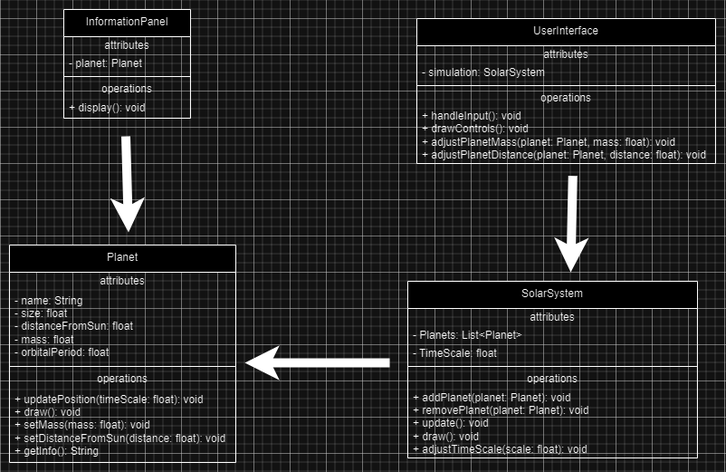
The draw.io diagram UML Diagram.png in Stanleyhoo1/APCSA-Final-Project, before a commit. Source tidied: cells renumbered, new cells last; positions are measured from the earlier drawing's top-left corner, leaving out a move shared by most shapes.
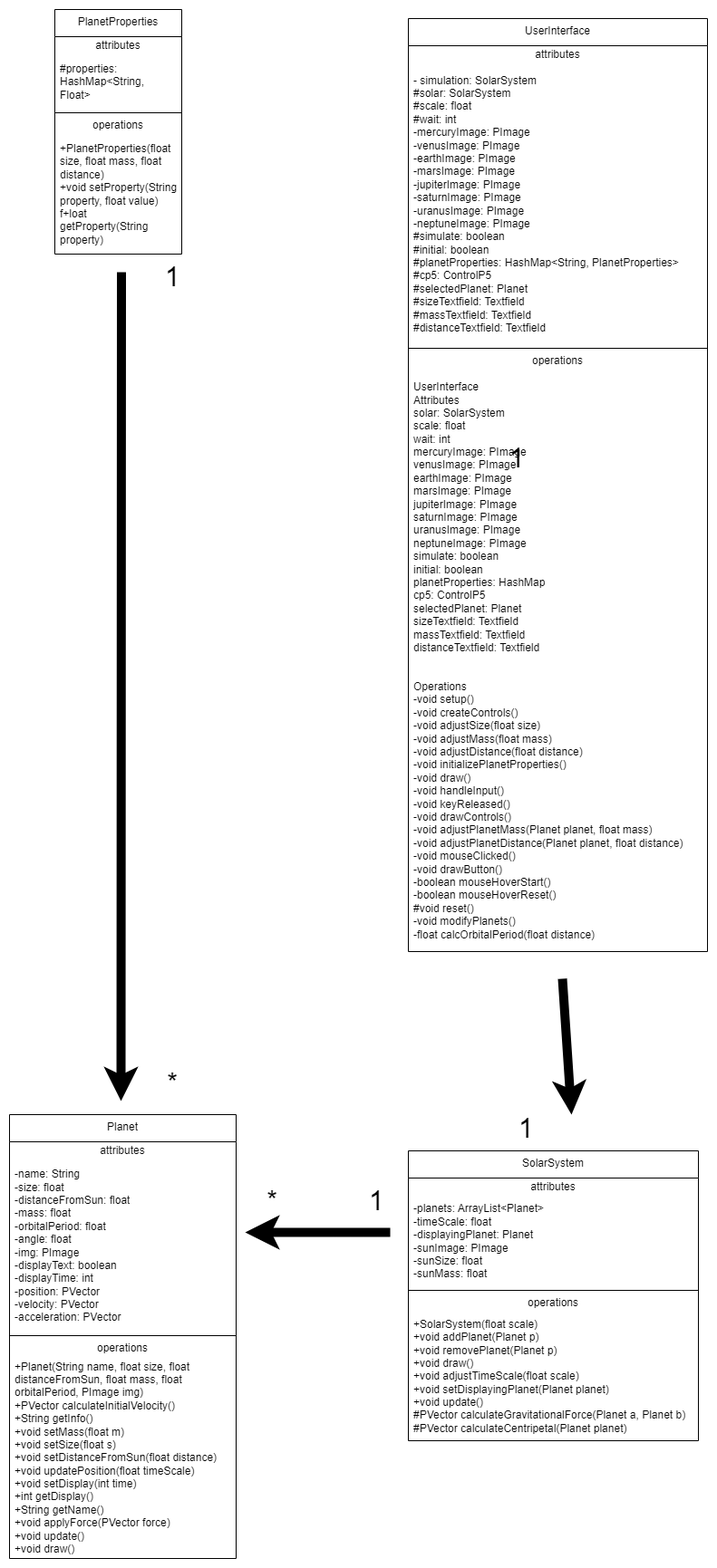
The same diagram one commit later.

The edit, as a diff of the source:
```diff
@@ -3,96 +3,112 @@
     <mxCell id="0" />
     <mxCell id="1" parent="0" />
     <mxCell id="2" value="Planet" style="swimlane;fontStyle=0;align=center;verticalAlign=top;horizontal=1;startSize=30;html=1;whiteSpace=wrap;" parent="1" vertex="1">
-      <mxGeometry y="260" width="250" height="240" as="geometry" />
+      <mxGeometry x="10" y="1220" width="250" height="490" as="geometry" />
     </mxCell>
     <mxCell id="3" value="attributes" style="text;html=1;strokeColor=none;fillColor=none;align=center;verticalAlign=middle;spacingLeft=4;spacingRight=4;overflow=hidden;whiteSpace=wrap;" parent="2" vertex="1">
       <mxGeometry y="30" width="250" height="20" as="geometry" />
     </mxCell>
-    <mxCell id="4" value="&lt;div&gt;- name: String&amp;nbsp; &amp;nbsp;&amp;nbsp;&lt;/div&gt;&lt;div&gt;&lt;span style=&quot;background-color: initial;&quot;&gt;- size: float&amp;nbsp; &amp;nbsp; &amp;nbsp; &amp;nbsp;&amp;nbsp;&lt;/span&gt;&lt;/div&gt;&lt;div&gt;&lt;span style=&quot;background-color: initial;&quot;&gt;- distanceFromSun: float&amp;nbsp; &amp;nbsp; &amp;nbsp;&lt;/span&gt;&lt;/div&gt;&lt;div&gt;&lt;span style=&quot;background-color: initial;&quot;&gt;- mass: float&amp;nbsp; &amp;nbsp; &amp;nbsp;&lt;/span&gt;&lt;/div&gt;&lt;div&gt;&lt;span style=&quot;background-color: initial;&quot;&gt;- orbitalPeriod: float&lt;/span&gt;&lt;/div&gt;" style="text;html=1;strokeColor=none;fillColor=none;align=left;verticalAlign=middle;spacingLeft=4;spacingRight=4;overflow=hidden;whiteSpace=wrap;" parent="2" vertex="1">
-      <mxGeometry y="50" width="250" height="80" as="geometry" />
+    <mxCell id="4" value="&lt;div&gt;-name: String&lt;/div&gt;&lt;div&gt;-size: float&lt;/div&gt;&lt;div&gt;-distanceFromSun: float&lt;/div&gt;&lt;div&gt;-mass: float&lt;/div&gt;&lt;div&gt;-orbitalPeriod: float&lt;/div&gt;&lt;div&gt;-angle: float&lt;/div&gt;&lt;div&gt;-img: PImage&lt;/div&gt;&lt;div&gt;-displayText: boolean&lt;/div&gt;&lt;div&gt;-displayTime: int&lt;/div&gt;&lt;div&gt;-position: PVector&lt;/div&gt;&lt;div&gt;-velocity: PVector&lt;/div&gt;&lt;div&gt;-acceleration: PVector&lt;/div&gt;" style="text;html=1;strokeColor=none;fillColor=none;align=left;verticalAlign=middle;spacingLeft=4;spacingRight=4;overflow=hidden;whiteSpace=wrap;" parent="2" vertex="1">
+      <mxGeometry y="50" width="250" height="190" as="geometry" />
     </mxCell>
     <mxCell id="5" style="line;strokeWidth=1;fillColor=none;align=left;verticalAlign=middle;spacingTop=-1;spacingLeft=3;spacingRight=3;labelPosition=right;" parent="2" vertex="1">
-      <mxGeometry y="130" width="250" height="8" as="geometry" />
+      <mxGeometry y="240" width="250" height="8" as="geometry" />
     </mxCell>
     <mxCell id="6" value="operations" style="text;html=1;strokeColor=none;fillColor=none;align=center;verticalAlign=middle;spacingLeft=4;spacingRight=4;overflow=hidden;whiteSpace=wrap;" parent="2" vertex="1">
-      <mxGeometry y="138" width="250" height="20" as="geometry" />
+      <mxGeometry y="248" width="250" height="20" as="geometry" />
     </mxCell>
-    <mxCell id="7" value="&lt;div&gt;+ updatePosition(timeScale: float): void&amp;nbsp;&lt;/div&gt;&lt;div&gt;&lt;span style=&quot;background-color: initial;&quot;&gt;+ draw(): void&amp;nbsp; &amp;nbsp; &amp;nbsp; &amp;nbsp; &amp;nbsp; &amp;nbsp;&amp;nbsp;&lt;/span&gt;&lt;/div&gt;&lt;div&gt;&lt;span style=&quot;background-color: initial;&quot;&gt;+ setMass(mass: float): void&lt;/span&gt;&lt;/div&gt;&lt;div&gt;&lt;span style=&quot;background-color: initial;&quot;&gt;+ setDistanceFromSun(distance: float): void&lt;/span&gt;&lt;/div&gt;&lt;div&gt;&lt;span style=&quot;background-color: initial;&quot;&gt;+ getInfo(): String&lt;/span&gt;&lt;/div&gt;" style="text;html=1;strokeColor=none;fillColor=none;align=left;verticalAlign=middle;spacingLeft=4;spacingRight=4;overflow=hidden;whiteSpace=wrap;" parent="2" vertex="1">
-      <mxGeometry y="158" width="250" height="82" as="geometry" />
+    <mxCell id="7" value="&lt;div&gt;+Planet(String name, float size, float distanceFromSun, float mass, float orbitalPeriod, PImage img)&lt;/div&gt;&lt;div&gt;+PVector calculateInitialVelocity()&lt;/div&gt;&lt;div&gt;+String getInfo()&lt;/div&gt;&lt;div&gt;+void setMass(float m)&lt;/div&gt;&lt;div&gt;+void setSize(float s)&lt;/div&gt;&lt;div&gt;+void setDistanceFromSun(float distance)&lt;/div&gt;&lt;div&gt;+void updatePosition(float timeScale)&lt;/div&gt;&lt;div&gt;+void setDisplay(int time)&lt;/div&gt;&lt;div&gt;+int getDisplay()&lt;/div&gt;&lt;div&gt;+String getName()&lt;/div&gt;&lt;div&gt;+void applyForce(PVector force)&lt;/div&gt;&lt;div&gt;+void update()&lt;/div&gt;&lt;div&gt;+void draw()&lt;/div&gt;" style="text;html=1;strokeColor=none;fillColor=none;align=left;verticalAlign=middle;spacingLeft=4;spacingRight=4;overflow=hidden;whiteSpace=wrap;" parent="2" vertex="1">
+      <mxGeometry y="268" width="250" height="222" as="geometry" />
     </mxCell>
     <mxCell id="8" value="UserInterface" style="swimlane;fontStyle=0;align=center;verticalAlign=top;horizontal=1;startSize=30;html=1;whiteSpace=wrap;" parent="1" vertex="1">
-      <mxGeometry x="450" y="10" width="330" height="160" as="geometry" />
+      <mxGeometry x="450" y="10" width="330" height="1030" as="geometry" />
     </mxCell>
     <mxCell id="9" value="attributes" style="text;html=1;strokeColor=none;fillColor=none;align=center;verticalAlign=middle;spacingLeft=4;spacingRight=4;overflow=hidden;whiteSpace=wrap;" parent="8" vertex="1">
       <mxGeometry y="30" width="330" height="20" as="geometry" />
     </mxCell>
-    <mxCell id="10" value="- simulation: SolarSystem" style="text;html=1;strokeColor=none;fillColor=none;align=left;verticalAlign=middle;spacingLeft=4;spacingRight=4;overflow=hidden;whiteSpace=wrap;" parent="8" vertex="1">
-      <mxGeometry y="50" width="330" height="20" as="geometry" />
+    <mxCell id="10" value="- simulation: SolarSystem&lt;div&gt;#solar: SolarSystem&lt;br&gt;#scale: float&lt;br&gt;#wait: int&lt;br&gt;-mercuryImage: PImage&lt;br&gt;-venusImage: PImage&lt;br&gt;-earthImage: PImage&lt;br&gt;-marsImage: PImage&lt;br&gt;-jupiterImage: PImage&lt;br&gt;-saturnImage: PImage&lt;br&gt;-uranusImage: PImage&lt;br&gt;-neptuneImage: PImage&lt;br&gt;#simulate: boolean&lt;br&gt;#initial: boolean&lt;br&gt;#planetProperties: HashMap&amp;lt;String, PlanetProperties&amp;gt;&lt;br&gt;#cp5: ControlP5&lt;br&gt;#selectedPlanet: Planet&lt;br&gt;#sizeTextfield: Textfield&lt;br&gt;#massTextfield: Textfield&lt;br&gt;#distanceTextfield: Textfield&lt;br&gt;&lt;/div&gt;" style="text;html=1;strokeColor=none;fillColor=none;align=left;verticalAlign=middle;spacingLeft=4;spacingRight=4;overflow=hidden;whiteSpace=wrap;" parent="8" vertex="1">
+      <mxGeometry y="50" width="330" height="310" as="geometry" />
     </mxCell>
     <mxCell id="11" style="line;strokeWidth=1;fillColor=none;align=left;verticalAlign=middle;spacingTop=-1;spacingLeft=3;spacingRight=3;labelPosition=right;" parent="8" vertex="1">
-      <mxGeometry y="70" width="330" height="8" as="geometry" />
+      <mxGeometry y="360" width="330" height="8" as="geometry" />
     </mxCell>
     <mxCell id="12" value="operations" style="text;html=1;strokeColor=none;fillColor=none;align=center;verticalAlign=middle;spacingLeft=4;spacingRight=4;overflow=hidden;whiteSpace=wrap;" parent="8" vertex="1">
-      <mxGeometry y="78" width="330" height="20" as="geometry" />
+      <mxGeometry y="368" width="330" height="20" as="geometry" />
     </mxCell>
-    <mxCell id="13" value="&lt;div&gt;+ handleInput(): void&amp;nbsp;&amp;nbsp;&lt;/div&gt;&lt;div&gt;&lt;span style=&quot;background-color: initial;&quot;&gt;+ drawControls(): void&amp;nbsp; &amp;nbsp; &amp;nbsp;&amp;nbsp;&lt;/span&gt;&lt;/div&gt;&lt;div&gt;&lt;span style=&quot;background-color: initial;&quot;&gt;+ adjustPlanetMass(planet: Planet, mass: float): void&amp;nbsp;&lt;/span&gt;&lt;/div&gt;&lt;div&gt;&lt;span style=&quot;background-color: initial;&quot;&gt;+ adjustPlanetDistance(planet: Planet, distance: float): void&lt;/span&gt;&lt;/div&gt;" style="text;html=1;strokeColor=none;fillColor=none;align=left;verticalAlign=middle;spacingLeft=4;spacingRight=4;overflow=hidden;points=[[0,0.5],[1,0.5]];portConstraint=eastwest;whiteSpace=wrap;" parent="8" vertex="1">
-      <mxGeometry y="98" width="330" height="62" as="geometry" />
+    <mxCell id="13" value="UserInterface&lt;br&gt;Attributes&lt;br&gt;solar: SolarSystem&lt;br&gt;scale: float&lt;br&gt;wait: int&lt;br&gt;mercuryImage: PImage&lt;br&gt;venusImage: PImage&lt;br&gt;earthImage: PImage&lt;br&gt;marsImage: PImage&lt;br&gt;jupiterImage: PImage&lt;br&gt;saturnImage: PImage&lt;br&gt;uranusImage: PImage&lt;br&gt;neptuneImage: PImage&lt;br&gt;simulate: boolean&lt;br&gt;initial: boolean&lt;br&gt;planetProperties: HashMap&lt;br&gt;cp5: ControlP5&lt;br&gt;selectedPlanet: Planet&lt;br&gt;sizeTextfield: Textfield&lt;br&gt;massTextfield: Textfield&lt;br&gt;distanceTextfield: Textfield&lt;br&gt;&lt;br&gt;&lt;br&gt;Operations&lt;br&gt;-void setup()&lt;br&gt;-void createControls()&lt;br&gt;-void adjustSize(float size)&lt;br&gt;-void adjustMass(float mass)&lt;br&gt;-void adjustDistance(float distance)&lt;br&gt;-void initializePlanetProperties()&lt;br&gt;-void draw()&lt;br&gt;-void handleInput()&lt;br&gt;-void keyReleased()&lt;br&gt;-void drawControls()&lt;br&gt;-void adjustPlanetMass(Planet planet, float mass)&lt;br&gt;-void adjustPlanetDistance(Planet planet, float distance)&lt;br&gt;-void mouseClicked()&lt;br&gt;-void drawButton()&lt;br&gt;-boolean mouseHoverStart()&lt;br&gt;-boolean mouseHoverReset()&lt;br&gt;#void reset()&lt;br&gt;-void modifyPlanets()&lt;br&gt;-float calcOrbitalPeriod(float distance)" style="text;html=1;strokeColor=none;fillColor=none;align=left;verticalAlign=middle;spacingLeft=4;spacingRight=4;overflow=hidden;points=[[0,0.5],[1,0.5]];portConstraint=eastwest;whiteSpace=wrap;" parent="8" vertex="1">
+      <mxGeometry y="388" width="330" height="642" as="geometry" />
     </mxCell>
-    <mxCell id="14" value="InformationPanel" style="swimlane;fontStyle=0;align=center;verticalAlign=top;horizontal=1;startSize=30;html=1;whiteSpace=wrap;" parent="1" vertex="1">
-      <mxGeometry x="60" width="140" height="120" as="geometry" />
+    <mxCell id="14" value="PlanetProperties" style="swimlane;fontStyle=0;align=center;verticalAlign=top;horizontal=1;startSize=30;html=1;whiteSpace=wrap;" parent="1" vertex="1">
+      <mxGeometry x="60" width="140" height="270" as="geometry" />
     </mxCell>
     <mxCell id="15" value="attributes" style="text;html=1;strokeColor=none;fillColor=none;align=center;verticalAlign=middle;spacingLeft=4;spacingRight=4;overflow=hidden;whiteSpace=wrap;" parent="14" vertex="1">
       <mxGeometry y="30" width="140" height="20" as="geometry" />
     </mxCell>
-    <mxCell id="16" value="- planet: Planet" style="text;html=1;strokeColor=none;fillColor=none;align=left;verticalAlign=middle;spacingLeft=4;spacingRight=4;overflow=hidden;whiteSpace=wrap;" parent="14" vertex="1">
-      <mxGeometry y="50" width="140" height="20" as="geometry" />
+    <mxCell id="16" value="#properties: HashMap&amp;lt;String, Float&amp;gt;" style="text;html=1;strokeColor=none;fillColor=none;align=left;verticalAlign=middle;spacingLeft=4;spacingRight=4;overflow=hidden;whiteSpace=wrap;" parent="14" vertex="1">
+      <mxGeometry y="50" width="140" height="60" as="geometry" />
     </mxCell>
     <mxCell id="17" style="line;strokeWidth=1;fillColor=none;align=left;verticalAlign=middle;spacingTop=-1;spacingLeft=3;spacingRight=3;labelPosition=right;" parent="14" vertex="1">
-      <mxGeometry y="70" width="140" height="8" as="geometry" />
+      <mxGeometry y="110" width="140" height="8" as="geometry" />
     </mxCell>
     <mxCell id="18" value="operations" style="text;html=1;strokeColor=none;fillColor=none;align=center;verticalAlign=middle;spacingLeft=4;spacingRight=4;overflow=hidden;whiteSpace=wrap;" parent="14" vertex="1">
-      <mxGeometry y="78" width="140" height="20" as="geometry" />
+      <mxGeometry y="118" width="140" height="20" as="geometry" />
     </mxCell>
-    <mxCell id="19" value="&lt;div&gt;+ display(): void&lt;/div&gt;" style="text;html=1;strokeColor=none;fillColor=none;align=left;verticalAlign=middle;spacingLeft=4;spacingRight=4;overflow=hidden;whiteSpace=wrap;" parent="14" vertex="1">
-      <mxGeometry y="98" width="140" height="22" as="geometry" />
+    <mxCell id="19" value="&lt;div&gt;+PlanetProperties(float size, float mass, float distance)&lt;/div&gt;&lt;div&gt;+void setProperty(String property, float value)&lt;/div&gt;&lt;div&gt;f+loat getProperty(String property)&lt;/div&gt;" style="text;html=1;strokeColor=none;fillColor=none;align=left;verticalAlign=middle;spacingLeft=4;spacingRight=4;overflow=hidden;whiteSpace=wrap;" parent="14" vertex="1">
+      <mxGeometry y="138" width="140" height="132" as="geometry" />
     </mxCell>
     <mxCell id="20" value="SolarSystem" style="swimlane;fontStyle=0;align=center;verticalAlign=top;horizontal=1;startSize=30;html=1;whiteSpace=wrap;" parent="1" vertex="1">
-      <mxGeometry x="440" y="300" width="320" height="195" as="geometry" />
+      <mxGeometry x="450" y="1260" width="320" height="320" as="geometry" />
     </mxCell>
     <mxCell id="21" value="attributes" style="text;html=1;strokeColor=none;fillColor=none;align=center;verticalAlign=middle;spacingLeft=4;spacingRight=4;overflow=hidden;whiteSpace=wrap;" parent="20" vertex="1">
       <mxGeometry y="30" width="320" height="20" as="geometry" />
     </mxCell>
-    <mxCell id="22" value="- Planets: List&amp;lt;Planet&amp;gt;" style="text;html=1;strokeColor=none;fillColor=none;align=left;verticalAlign=middle;spacingLeft=4;spacingRight=4;overflow=hidden;whiteSpace=wrap;" parent="20" vertex="1">
-      <mxGeometry y="50" width="320" height="20" as="geometry" />
+    <mxCell id="22" value="&lt;div&gt;-planets: ArrayList&amp;lt;Planet&amp;gt;&lt;/div&gt;&lt;div&gt;-timeScale: float&lt;/div&gt;&lt;div&gt;-displayingPlanet: Planet&lt;/div&gt;&lt;div&gt;-sunImage: PImage&lt;/div&gt;&lt;div&gt;-sunSize: float&lt;/div&gt;&lt;div&gt;-sunMass: float&lt;/div&gt;" style="text;html=1;strokeColor=none;fillColor=none;align=left;verticalAlign=middle;spacingLeft=4;spacingRight=4;overflow=hidden;whiteSpace=wrap;" parent="20" vertex="1">
+      <mxGeometry y="50" width="320" height="100" as="geometry" />
     </mxCell>
-    <mxCell id="23" value="- TimeScale: float" style="text;html=1;strokeColor=none;fillColor=none;align=left;verticalAlign=middle;spacingLeft=4;spacingRight=4;overflow=hidden;fontColor=#000000;whiteSpace=wrap;" parent="20" vertex="1">
-      <mxGeometry y="70" width="320" height="20" as="geometry" />
-    </mxCell>
     <mxCell id="24" style="line;strokeWidth=1;fillColor=none;align=left;verticalAlign=middle;spacingTop=-1;spacingLeft=3;spacingRight=3;labelPosition=right;" parent="20" vertex="1">
-      <mxGeometry y="90" width="320" height="8" as="geometry" />
+      <mxGeometry y="150" width="320" height="8" as="geometry" />
     </mxCell>
     <mxCell id="25" value="operations" style="text;html=1;strokeColor=none;fillColor=none;align=center;verticalAlign=middle;spacingLeft=4;spacingRight=4;overflow=hidden;whiteSpace=wrap;" parent="20" vertex="1">
-      <mxGeometry y="98" width="320" height="20" as="geometry" />
+      <mxGeometry y="158" width="320" height="20" as="geometry" />
     </mxCell>
-    <mxCell id="26" value="+ addPlanet(planet: Planet): void&lt;div&gt;&lt;span style=&quot;background-color: initial;&quot;&gt;+ removePlanet(planet: Planet): void&lt;/span&gt;&lt;div&gt;+ update(): void&amp;nbsp; &amp;nbsp; &amp;nbsp; &amp;nbsp; &amp;nbsp; &amp;nbsp; &amp;nbsp; &amp;nbsp;&amp;nbsp;&lt;/div&gt;&lt;div&gt;+ draw(): void&amp;nbsp; &amp;nbsp; &amp;nbsp; &amp;nbsp; &amp;nbsp; &amp;nbsp; &amp;nbsp; &amp;nbsp; &amp;nbsp; &amp;nbsp;&amp;nbsp;&lt;/div&gt;&lt;div&gt;+ adjustTimeScale(scale: float): void&lt;/div&gt;&lt;/div&gt;" style="text;html=1;strokeColor=none;fillColor=none;align=left;verticalAlign=middle;spacingLeft=4;spacingRight=4;overflow=hidden;whiteSpace=wrap;" parent="20" vertex="1">
-      <mxGeometry y="118" width="320" height="77" as="geometry" />
+    <mxCell id="26" value="&lt;div&gt;+SolarSystem(float scale)&lt;/div&gt;&lt;div&gt;+void addPlanet(Planet p)&lt;/div&gt;&lt;div&gt;+void removePlanet(Planet p)&lt;/div&gt;&lt;div&gt;+void draw()&lt;/div&gt;&lt;div&gt;+void adjustTimeScale(float scale)&lt;/div&gt;&lt;div&gt;+void setDisplayingPlanet(Planet planet)&lt;/div&gt;&lt;div&gt;+void update()&lt;/div&gt;&lt;div&gt;#PVector calculateGravitationalForce(Planet a, Planet b)&lt;/div&gt;&lt;div&gt;#PVector calculateCentripetal(Planet planet)&lt;/div&gt;" style="text;html=1;strokeColor=none;fillColor=none;align=left;verticalAlign=middle;spacingLeft=4;spacingRight=4;overflow=hidden;whiteSpace=wrap;" parent="20" vertex="1">
+      <mxGeometry y="178" width="320" height="142" as="geometry" />
     </mxCell>
     <mxCell id="27" style="endArrow=classic;html=1;rounded=0;strokeWidth=10;strokeColor=#000000;" parent="1" edge="1">
       <mxGeometry relative="1" as="geometry">
-        <mxPoint x="420" y="390" as="sourcePoint" />
-        <mxPoint x="260" y="390" as="targetPoint" />
+        <mxPoint x="430" y="1350" as="sourcePoint" />
+        <mxPoint x="270" y="1350" as="targetPoint" />
       </mxGeometry>
     </mxCell>
-    <mxCell id="28" style="endArrow=classic;html=1;rounded=0;strokeWidth=10;strokeColor=#000000;exitX=0.522;exitY=1.22;exitDx=0;exitDy=0;exitPerimeter=0;" parent="1" edge="1" source="13">
+    <mxCell id="28" style="endArrow=classic;html=1;rounded=0;strokeWidth=10;strokeColor=#000000;" parent="1" edge="1">
       <mxGeometry relative="1" as="geometry">
-        <mxPoint x="620" y="290" as="targetPoint" />
+        <mxPoint x="620" y="1070" as="sourcePoint" />
+        <mxPoint x="630" y="1220" as="targetPoint" />
       </mxGeometry>
     </mxCell>
     <mxCell id="29" style="endArrow=classic;html=1;rounded=0;strokeWidth=10;strokeColor=#000000;exitX=0.522;exitY=1.22;exitDx=0;exitDy=0;exitPerimeter=0;" parent="1" edge="1">
       <mxGeometry relative="1" as="geometry">
-        <mxPoint x="128.5" y="140" as="sourcePoint" />
-        <mxPoint x="131.5" y="246" as="targetPoint" />
+        <mxPoint x="133.5" y="290" as="sourcePoint" />
+        <mxPoint x="133" y="1205" as="targetPoint" />
       </mxGeometry>
     </mxCell>
+    <mxCell id="30" value="&lt;font style=&quot;font-size: 30px;&quot;&gt;*&lt;/font&gt;" style="text;html=1;align=center;verticalAlign=middle;whiteSpace=wrap;rounded=0;" parent="1" vertex="1">
+      <mxGeometry x="160" y="1170" width="60" height="30" as="geometry" />
+    </mxCell>
+    <mxCell id="31" value="&lt;font style=&quot;font-size: 30px;&quot;&gt;*&lt;/font&gt;" style="text;html=1;align=center;verticalAlign=middle;whiteSpace=wrap;rounded=0;" parent="1" vertex="1">
+      <mxGeometry x="270" y="1300" width="60" height="30" as="geometry" />
+    </mxCell>
+    <mxCell id="32" value="&lt;font style=&quot;font-size: 30px;&quot;&gt;1&lt;/font&gt;" style="text;html=1;align=center;verticalAlign=middle;whiteSpace=wrap;rounded=0;" parent="1" vertex="1">
+      <mxGeometry x="160" y="280" width="60" height="30" as="geometry" />
+    </mxCell>
+    <mxCell id="33" value="&lt;font style=&quot;font-size: 30px;&quot;&gt;1&lt;/font&gt;" style="text;html=1;align=center;verticalAlign=middle;whiteSpace=wrap;rounded=0;" parent="1" vertex="1">
+      <mxGeometry x="385" y="1300" width="60" height="30" as="geometry" />
+    </mxCell>
+    <mxCell id="34" value="&lt;font style=&quot;font-size: 30px;&quot;&gt;1&lt;/font&gt;" style="text;html=1;align=center;verticalAlign=middle;whiteSpace=wrap;rounded=0;" parent="1" vertex="1">
+      <mxGeometry x="550" y="1220" width="60" height="30" as="geometry" />
+    </mxCell>
+    <mxCell id="35" value="&lt;font style=&quot;font-size: 30px;&quot;&gt;1&lt;/font&gt;" style="text;html=1;align=center;verticalAlign=middle;whiteSpace=wrap;rounded=0;" parent="1" vertex="1">
+      <mxGeometry x="540" y="480" width="60" height="30" as="geometry" />
+    </mxCell>
   </root>
 </mxGraphModel>
```
